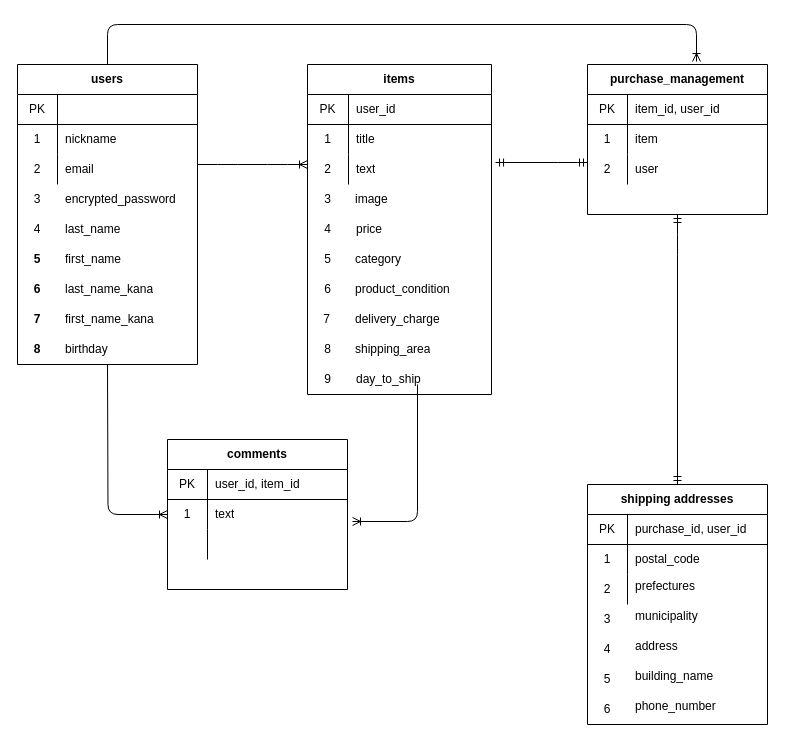
Earlier version of the draw.io diagram er.drawio (kokorouruou/furima-34713). Source tidied: cells renumbered, new cells numbered last; positions are measured from the earlier drawing's top-left corner, leaving out a move shared by most shapes. Both pictures are drawn from the tidied source at 100%, with x=0, y=0 at pixel (17, 24).
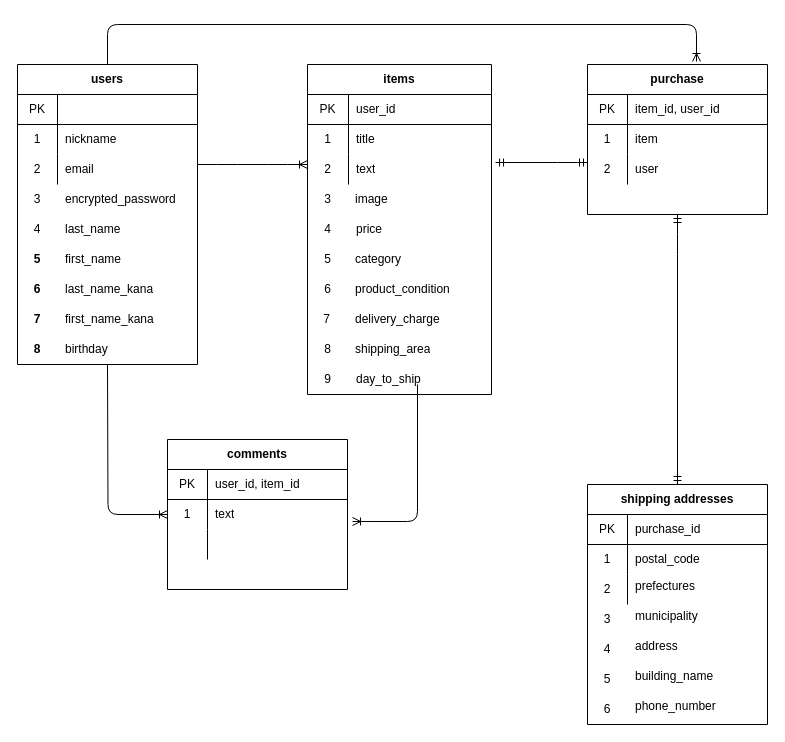
The same diagram, later.

Commit message (it also covers changes not shown here):
ER図、README作成（再々修正）

Unchanged cells that the change refers to:
```xml
<mxCell id="48" style="shape=partialRectangle;html=1;whiteSpace=wrap;fillColor=none;top=0;left=0;bottom=1;right=0;" parent="47" vertex="1">
  <mxGeometry y="30" width="180" height="30" as="geometry" />
</mxCell>
```

The edit, as a diff of the source:
```diff
@@
-    <mxCell id="22" value="purchase_management" style="shape=table;html=1;whiteSpace=wrap;startSize=30;childLayout=tableLayout;rowLines=0;fontStyle=1;align=center;" parent="1" vertex="1">
+    <mxCell id="22" value="purchase" style="shape=table;html=1;whiteSpace=wrap;startSize=30;childLayout=tableLayout;rowLines=0;fontStyle=1;align=center;" parent="1" vertex="1">
       <mxGeometry x="570" y="40" width="180" height="150" as="geometry" />
     </mxCell>
@@
-    <mxCell id="50" value="purchase_id, user_id" style="shape=partialRectangle;html=1;whiteSpace=wrap;fillColor=none;top=0;left=0;bottom=0;right=0;align=left;spacingLeft=6;overflow=hidden;" parent="48" vertex="1">
+    <mxCell id="50" value="purchase_id" style="shape=partialRectangle;html=1;whiteSpace=wrap;fillColor=none;top=0;left=0;bottom=0;right=0;align=left;spacingLeft=6;overflow=hidden;" parent="48" vertex="1">
       <mxGeometry x="40" width="140" height="30" as="geometry" />
     </mxCell>
```
